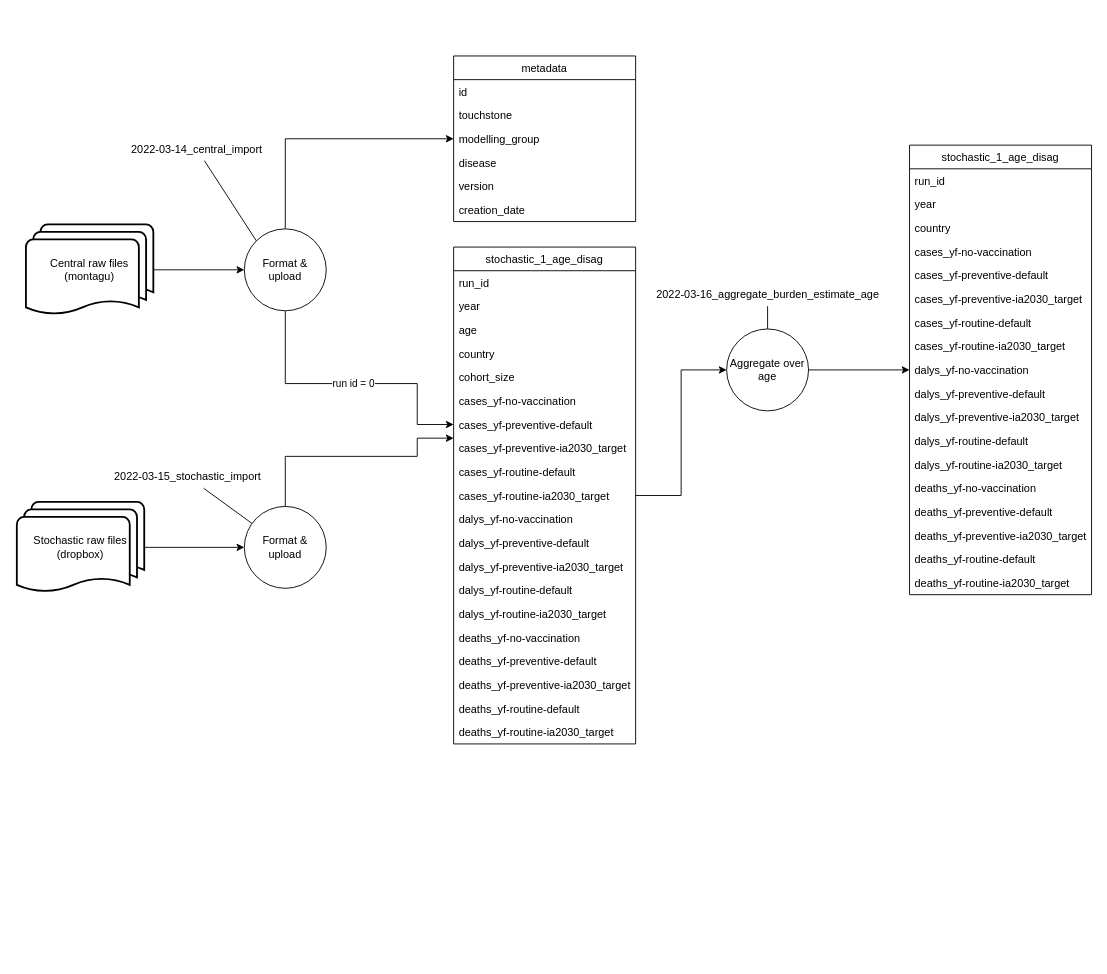
This is diagrams/imports.drawio from vimc/db2-prototypes, a draw.io file, before an edit. Source tidied: cells renumbered, new cells numbered last; positions are measured from the earlier drawing's top-left corner, leaving out a move shared by most shapes. Both pictures are drawn from the tidied source at 91%, with x=0, y=0 at pixel (16, 56).
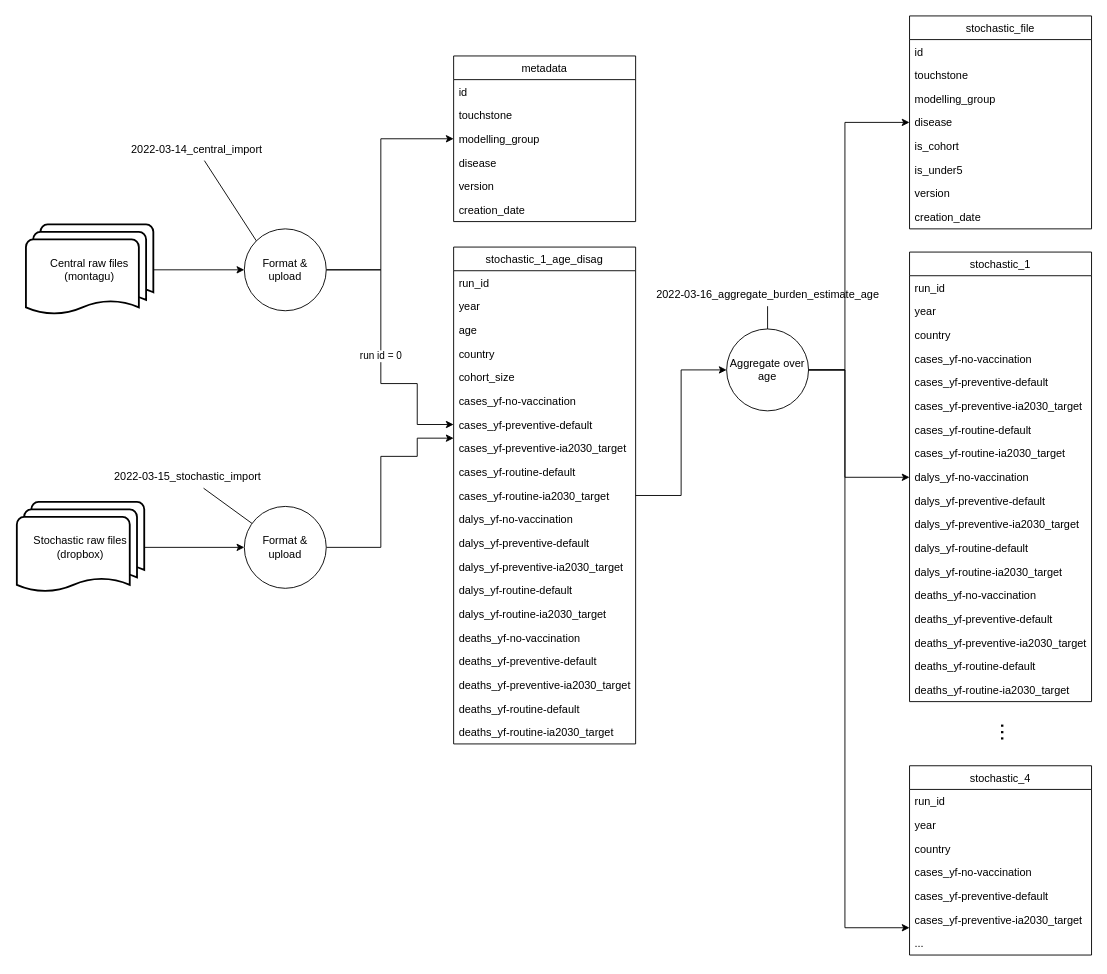
The same page after the edit.

Commit message (it also covers changes not shown here):
Update import diagram

Unchanged cells that the change refers to:
```xml
<mxCell id="7" value="Format &amp;amp; upload" style="ellipse;whiteSpace=wrap;html=1;" parent="1" vertex="1">
  <mxGeometry x="250" y="495" width="90" height="90" as="geometry" />
</mxCell>
<mxCell id="10" value="Format &amp;amp; upload" style="ellipse;whiteSpace=wrap;html=1;" parent="1" vertex="1">
  <mxGeometry x="250" y="190" width="90" height="90" as="geometry" />
</mxCell>
<mxCell id="12" value="stochastic_1_age_disag" style="swimlane;fontStyle=0;horizontal=1;startSize=26;fillColor=none;" parent="1" vertex="1">
  <mxGeometry x="480" y="210" width="200" height="546" as="geometry" />
</mxCell>
<mxCell id="19" value="cases_yf-preventive-default" style="text;strokeColor=none;fillColor=none;align=left;verticalAlign=top;spacingLeft=4;spacingRight=4;overflow=hidden;points=[[0,0.5],[1,0.5]];portConstraint=eastwest;" parent="12" vertex="1">
  <mxGeometry y="182" width="200" height="26" as="geometry" />
</mxCell>
<mxCell id="36" value="modelling_group" style="text;strokeColor=none;fillColor=none;align=left;verticalAlign=top;spacingLeft=4;spacingRight=4;overflow=hidden;points=[[0,0.5],[1,0.5]];portConstraint=eastwest;" parent="33" vertex="1">
  <mxGeometry y="78" width="200" height="26" as="geometry" />
</mxCell>
<mxCell id="60" value="Aggregate over age" style="ellipse;whiteSpace=wrap;html=1;" parent="1" vertex="1">
  <mxGeometry x="780" y="300" width="90" height="90" as="geometry" />
</mxCell>
```

The edit, as a diff of the source:
```diff
@@
     <mxCell id="6" style="edgeStyle=orthogonalEdgeStyle;rounded=0;jettySize=auto;html=1;" parent="1" edge="1" source="7" target="12">
       <mxGeometry relative="1" as="geometry">
         <Array as="points">
-          <mxPoint x="295" y="440" />
+          <mxPoint x="400" y="540" />
+          <mxPoint x="400" y="440" />
           <mxPoint x="440" y="440" />
           <mxPoint x="440" y="420" />
         </Array>
       </mxGeometry>
     </mxCell>
@@
     <mxCell id="8" style="edgeStyle=orthogonalEdgeStyle;rounded=0;jettySize=auto;html=1;" parent="1" edge="1" source="10" target="36">
-      <mxGeometry relative="1" as="geometry" />
+      <mxGeometry relative="1" as="geometry">
+        <Array as="points">
+          <mxPoint x="400" y="235" />
+          <mxPoint x="400" y="91" />
+        </Array>
+      </mxGeometry>
     </mxCell>
     <mxCell id="9" value="run id = 0" style="edgeStyle=orthogonalEdgeStyle;rounded=0;jettySize=auto;html=1;" parent="1" edge="1" source="10" target="19">
       <mxGeometry relative="1" as="geometry">
         <Array as="points">
-          <mxPoint x="295" y="360" />
+          <mxPoint x="400" y="235" />
+          <mxPoint x="400" y="360" />
           <mxPoint x="440" y="360" />
           <mxPoint x="440" y="405" />
         </Array>
       </mxGeometry>
     </mxCell>
@@
-    <mxCell id="40" value="stochastic_1_age_disag" style="swimlane;fontStyle=0;horizontal=1;startSize=26;fillColor=none;" parent="1" vertex="1">
-      <mxGeometry x="981" y="98" width="200" height="494" as="geometry" />
+    <mxCell id="40" value="stochastic_1" style="swimlane;fontStyle=0;horizontal=1;startSize=26;fillColor=none;" parent="1" vertex="1">
+      <mxGeometry x="981" y="215.5" width="200" height="494" as="geometry" />
     </mxCell>
@@
     <mxCell id="59" style="edgeStyle=orthogonalEdgeStyle;rounded=0;jettySize=auto;html=1;" parent="1" edge="1" source="60" target="40">
-      <mxGeometry relative="1" as="geometry" />
+      <mxGeometry relative="1" as="geometry">
+        <Array as="points">
+          <mxPoint x="910" y="345" />
+          <mxPoint x="910" y="463" />
+        </Array>
+      </mxGeometry>
     </mxCell>
+    <mxCell id="67" style="edgeStyle=orthogonalEdgeStyle;rounded=0;jettySize=auto;html=1;entryX=0;entryY=0.5;entryDx=0;entryDy=0;" parent="1" edge="1" source="60" target="73">
+      <mxGeometry relative="1" as="geometry">
+        <Array as="points">
+          <mxPoint x="910" y="345" />
+          <mxPoint x="910" y="73" />
+        </Array>
+      </mxGeometry>
+    </mxCell>
+    <mxCell id="68" style="edgeStyle=orthogonalEdgeStyle;rounded=0;jettySize=auto;html=1;" parent="1" edge="1" source="60" target="78">
+      <mxGeometry relative="1" as="geometry">
+        <Array as="points">
+          <mxPoint x="910" y="345" />
+          <mxPoint x="910" y="958" />
+        </Array>
+      </mxGeometry>
+    </mxCell>
@@
+    <mxCell id="69" value="stochastic_file" style="swimlane;fontStyle=0;horizontal=1;startSize=26;fillColor=none;" parent="1" vertex="1">
+      <mxGeometry x="981" y="-44" width="200" height="234" as="geometry" />
+    </mxCell>
+    <mxCell id="70" value="id" style="text;strokeColor=none;fillColor=none;align=left;verticalAlign=top;spacingLeft=4;spacingRight=4;overflow=hidden;" parent="69" vertex="1">
+      <mxGeometry y="26" width="200" height="26" as="geometry" />
+    </mxCell>
+    <mxCell id="71" value="touchstone" style="text;strokeColor=none;fillColor=none;align=left;verticalAlign=top;spacingLeft=4;spacingRight=4;overflow=hidden;" parent="69" vertex="1">
+      <mxGeometry y="52" width="200" height="26" as="geometry" />
+    </mxCell>
+    <mxCell id="72" value="modelling_group" style="text;strokeColor=none;fillColor=none;align=left;verticalAlign=top;spacingLeft=4;spacingRight=4;overflow=hidden;" parent="69" vertex="1">
+      <mxGeometry y="78" width="200" height="26" as="geometry" />
+    </mxCell>
+    <mxCell id="73" value="disease" style="text;strokeColor=none;fillColor=none;align=left;verticalAlign=top;spacingLeft=4;spacingRight=4;overflow=hidden;points=[[0,0.5],[1,0.5]];portConstraint=eastwest;" parent="69" vertex="1">
+      <mxGeometry y="104" width="200" height="26" as="geometry" />
+    </mxCell>
+    <mxCell id="74" value="is_cohort" style="text;strokeColor=none;fillColor=none;align=left;verticalAlign=top;spacingLeft=4;spacingRight=4;overflow=hidden;" parent="69" vertex="1">
+      <mxGeometry y="130" width="200" height="26" as="geometry" />
+    </mxCell>
+    <mxCell id="75" value="is_under5" style="text;strokeColor=none;fillColor=none;align=left;verticalAlign=top;spacingLeft=4;spacingRight=4;overflow=hidden;" parent="69" vertex="1">
+      <mxGeometry y="156" width="200" height="26" as="geometry" />
+    </mxCell>
+    <mxCell id="76" value="version" style="text;strokeColor=none;fillColor=none;align=left;verticalAlign=top;spacingLeft=4;spacingRight=4;overflow=hidden;" parent="69" vertex="1">
+      <mxGeometry y="182" width="200" height="26" as="geometry" />
+    </mxCell>
+    <mxCell id="77" value="creation_date" style="text;strokeColor=none;fillColor=none;align=left;verticalAlign=top;spacingLeft=4;spacingRight=4;overflow=hidden;" parent="69" vertex="1">
+      <mxGeometry y="208" width="200" height="26" as="geometry" />
+    </mxCell>
+    <mxCell id="78" value="stochastic_4" style="swimlane;fontStyle=0;horizontal=1;startSize=26;fillColor=none;" parent="1" vertex="1">
+      <mxGeometry x="981" y="780" width="200" height="208" as="geometry" />
+    </mxCell>
+    <mxCell id="79" value="run_id" style="text;strokeColor=none;fillColor=none;align=left;verticalAlign=top;spacingLeft=4;spacingRight=4;overflow=hidden;" parent="78" vertex="1">
+      <mxGeometry y="26" width="200" height="26" as="geometry" />
+    </mxCell>
+    <mxCell id="80" value="year" style="text;strokeColor=none;fillColor=none;align=left;verticalAlign=top;spacingLeft=4;spacingRight=4;overflow=hidden;" parent="78" vertex="1">
+      <mxGeometry y="52" width="200" height="26" as="geometry" />
+    </mxCell>
+    <mxCell id="81" value="country" style="text;strokeColor=none;fillColor=none;align=left;verticalAlign=top;spacingLeft=4;spacingRight=4;overflow=hidden;" parent="78" vertex="1">
+      <mxGeometry y="78" width="200" height="26" as="geometry" />
+    </mxCell>
+    <mxCell id="82" value="cases_yf-no-vaccination" style="text;strokeColor=none;fillColor=none;align=left;verticalAlign=top;spacingLeft=4;spacingRight=4;overflow=hidden;" parent="78" vertex="1">
+      <mxGeometry y="104" width="200" height="26" as="geometry" />
+    </mxCell>
+    <mxCell id="83" value="cases_yf-preventive-default" style="text;strokeColor=none;fillColor=none;align=left;verticalAlign=top;spacingLeft=4;spacingRight=4;overflow=hidden;" parent="78" vertex="1">
+      <mxGeometry y="130" width="200" height="26" as="geometry" />
+    </mxCell>
+    <mxCell id="84" value="cases_yf-preventive-ia2030_target" style="text;strokeColor=none;fillColor=none;align=left;verticalAlign=top;spacingLeft=4;spacingRight=4;overflow=hidden;" parent="78" vertex="1">
+      <mxGeometry y="156" width="200" height="26" as="geometry" />
+    </mxCell>
+    <mxCell id="85" value="..." style="text;strokeColor=none;fillColor=none;align=left;verticalAlign=top;spacingLeft=4;spacingRight=4;overflow=hidden;" parent="78" vertex="1">
+      <mxGeometry y="182" width="200" height="26" as="geometry" />
+    </mxCell>
+    <mxCell id="86" value="&lt;font style=&quot;font-size: 25px&quot;&gt;...&lt;/font&gt;" style="text;html=1;strokeColor=none;fillColor=none;align=center;verticalAlign=middle;whiteSpace=wrap;rounded=0;rotation=90;" parent="1" vertex="1">
+      <mxGeometry x="1005" y="731" width="176" height="25" as="geometry" />
+    </mxCell>
```
